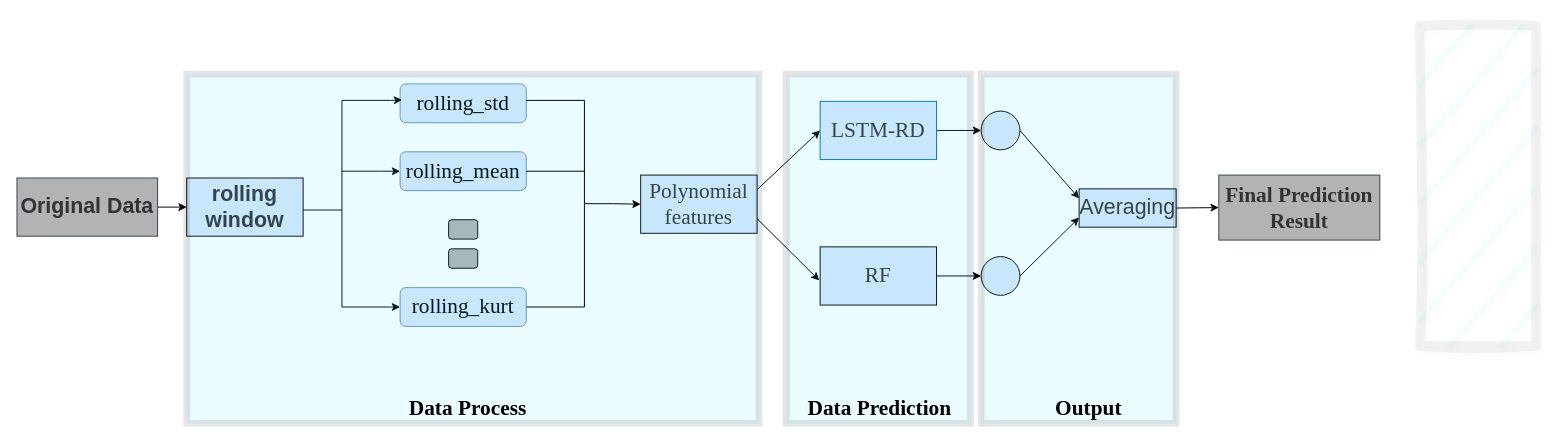
Lu-Ming-Song/C keeps this draw.io diagram as huihe.drawio. Above is the earlier version. Source tidied: cells renumbered, new cells numbered last; positions are measured from the earlier drawing's top-left corner, leaving out a move shared by most shapes. Both pictures are drawn from the tidied source at 97%, with x=0, y=0 at pixel (16, 25).
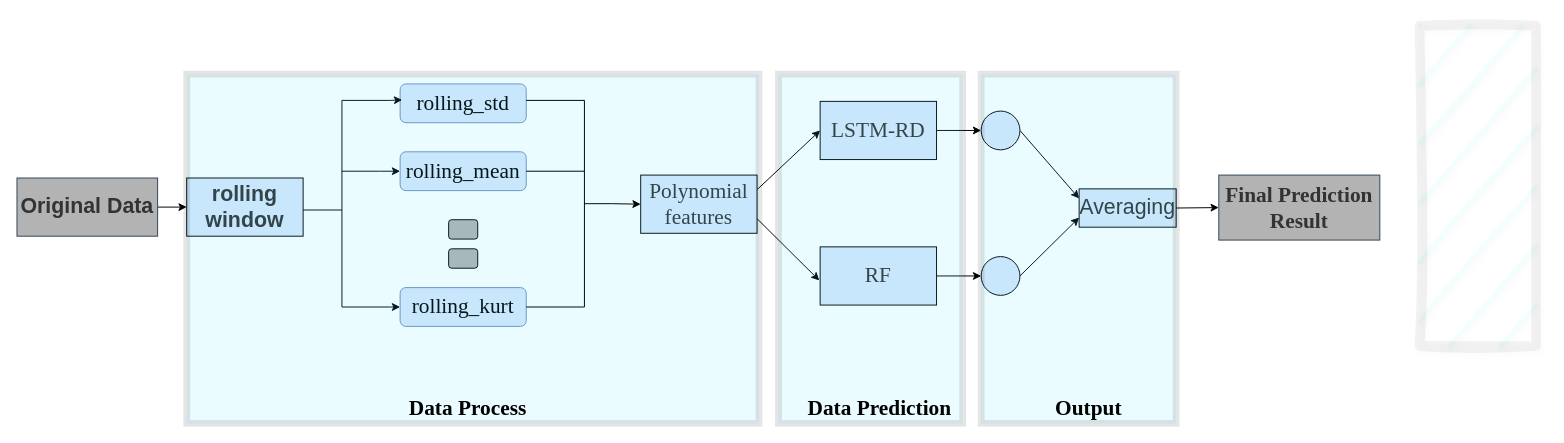
The same diagram, later.

Diff of the diagram source:
```diff
@@
-    <mxCell id="13" value="&lt;font color=&quot;#333333&quot; style=&quot;font-size: 22px;&quot; face=&quot;Times New Roman&quot;&gt;LSTM-RD&lt;/font&gt;" style="rounded=0;whiteSpace=wrap;html=1;fillColor=#DAE8FC;fontColor=#ffffff;strokeColor=#006EAF;" parent="1" vertex="1">
+    <mxCell id="13" value="&lt;font color=&quot;#333333&quot; style=&quot;font-size: 22px;&quot; face=&quot;Times New Roman&quot;&gt;LSTM-RD&lt;/font&gt;" style="rounded=0;whiteSpace=wrap;html=1;fillColor=#DAE8FC;fontColor=#ffffff;strokeColor=default;" parent="1" vertex="1">
       <mxGeometry x="828" y="78" width="120" height="60" as="geometry" />
     </mxCell>
@@
     <mxCell id="32" style="verticalLabelPosition=bottom;verticalAlign=top;html=1;shape=mxgraph.basic.rect;fillColor2=none;strokeWidth=7;size=20;indent=5;opacity=10;fillColor=#36DDFF;textShadow=0;labelBackgroundColor=none;" parent="1" vertex="1">
-      <mxGeometry x="793" y="50" width="190" height="360" as="geometry" />
+      <mxGeometry x="785" y="50" width="190" height="360" as="geometry" />
     </mxCell>
```
